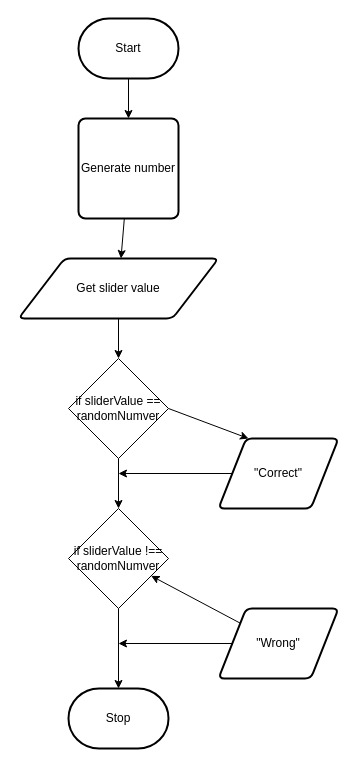
Earlier version of the draw.io diagram design/flow-chart.drawio (ashley-monaghan/ICS2OR-Unit-5-01). Source tidied: cells renumbered, new cells numbered last; positions are measured from the earlier drawing's top-left corner, leaving out a move shared by most shapes. Both pictures are drawn from the tidied source at 100%, with x=0, y=0 at pixel (18, 18).
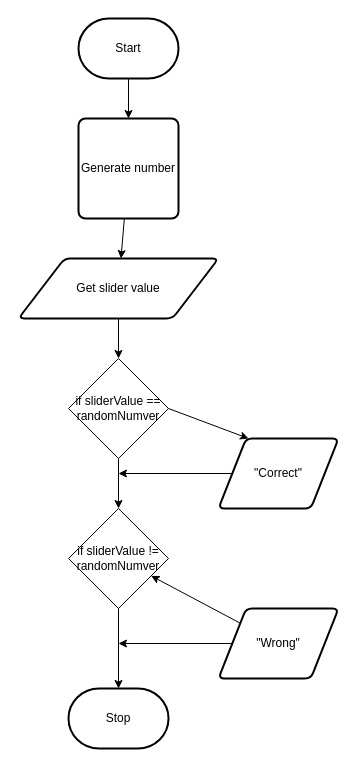
The same page after the edit.

Change to the diagram source:
```diff
@@
-    <mxCell id="15" value="if sliderValue !== randomNumver" style="rhombus;whiteSpace=wrap;html=1;" parent="1" vertex="1">
+    <mxCell id="15" value="if sliderValue != randomNumver" style="rhombus;whiteSpace=wrap;html=1;" parent="1" vertex="1">
       <mxGeometry x="50" y="490" width="100" height="100" as="geometry" />
     </mxCell>
```
